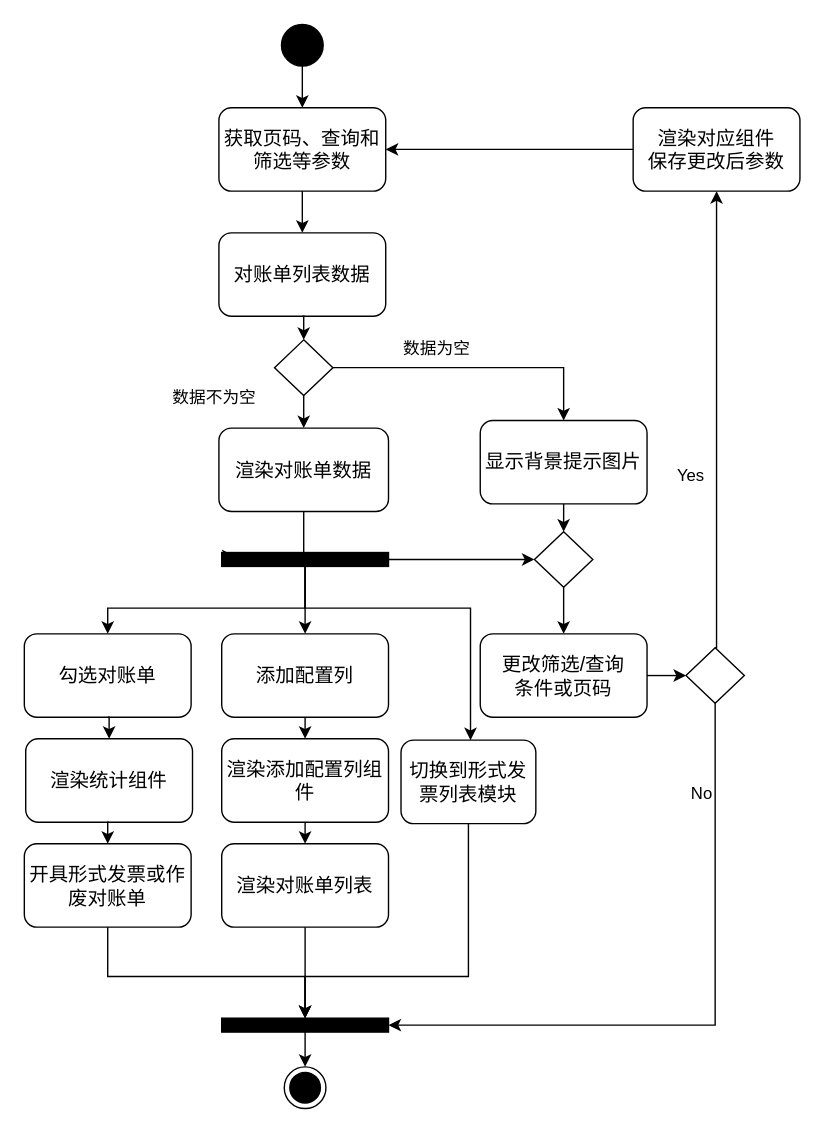
Earlier version of the draw.io diagram page "对账单列表活动图" (3 of 7) of 概要设计.drawio (Robbie-Han/graduation-thesis). Source tidied: cells renumbered, new cells numbered last; positions are measured from the earlier drawing's top-left corner, leaving out a move shared by most shapes. Both pictures are drawn from the tidied source at 139%, with x=0, y=0 at pixel (24, 24).
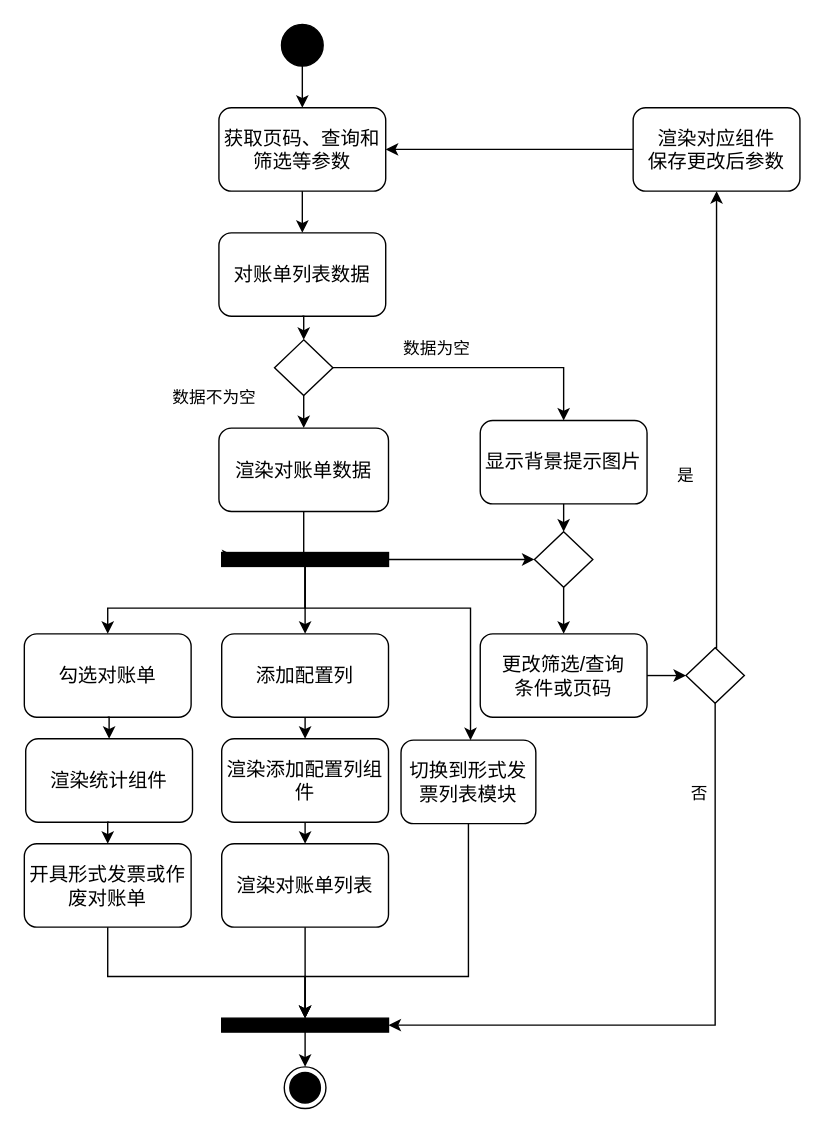
After the change.

Diff of the diagram source:
```diff
@@
-    <mxCell id="35" value="No" style="text;html=1;align=left;verticalAlign=top;spacingTop=-4;" parent="1" vertex="1">
+    <mxCell id="35" value="否" style="text;html=1;align=left;verticalAlign=top;spacingTop=-4;" parent="1" vertex="1">
       <mxGeometry x="478" y="544" width="30" height="20" as="geometry" />
     </mxCell>
-    <mxCell id="36" value="Yes" style="text;html=1;align=left;verticalAlign=top;spacingTop=-4;" parent="1" vertex="1">
-      <mxGeometry x="468" y="315" width="40" height="20" as="geometry" />
+    <mxCell id="36" value="是" style="text;html=1;align=left;verticalAlign=top;spacingTop=-4;" parent="1" vertex="1">
+      <mxGeometry x="468" y="315" width="30" height="20" as="geometry" />
     </mxCell>
```
